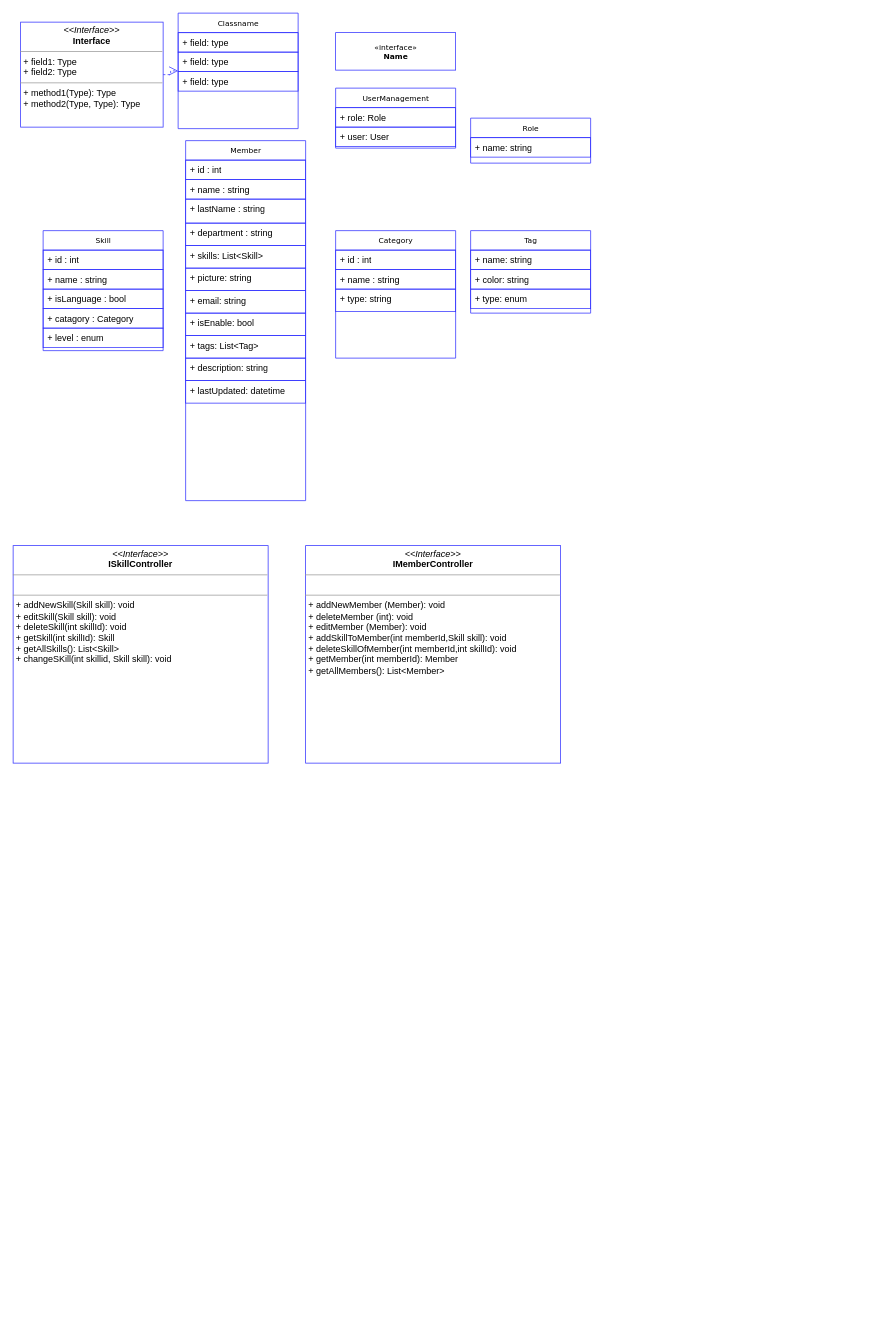
Earlier version of the draw.io diagram SkillMatrix.drawio (chente92/SkillMatrix). Source tidied: cells renumbered, new cells numbered last; positions are measured from the earlier drawing's top-left corner, leaving out a move shared by most shapes. Both pictures are drawn from the tidied source at 75%, with x=0, y=0 at pixel (13, 13).
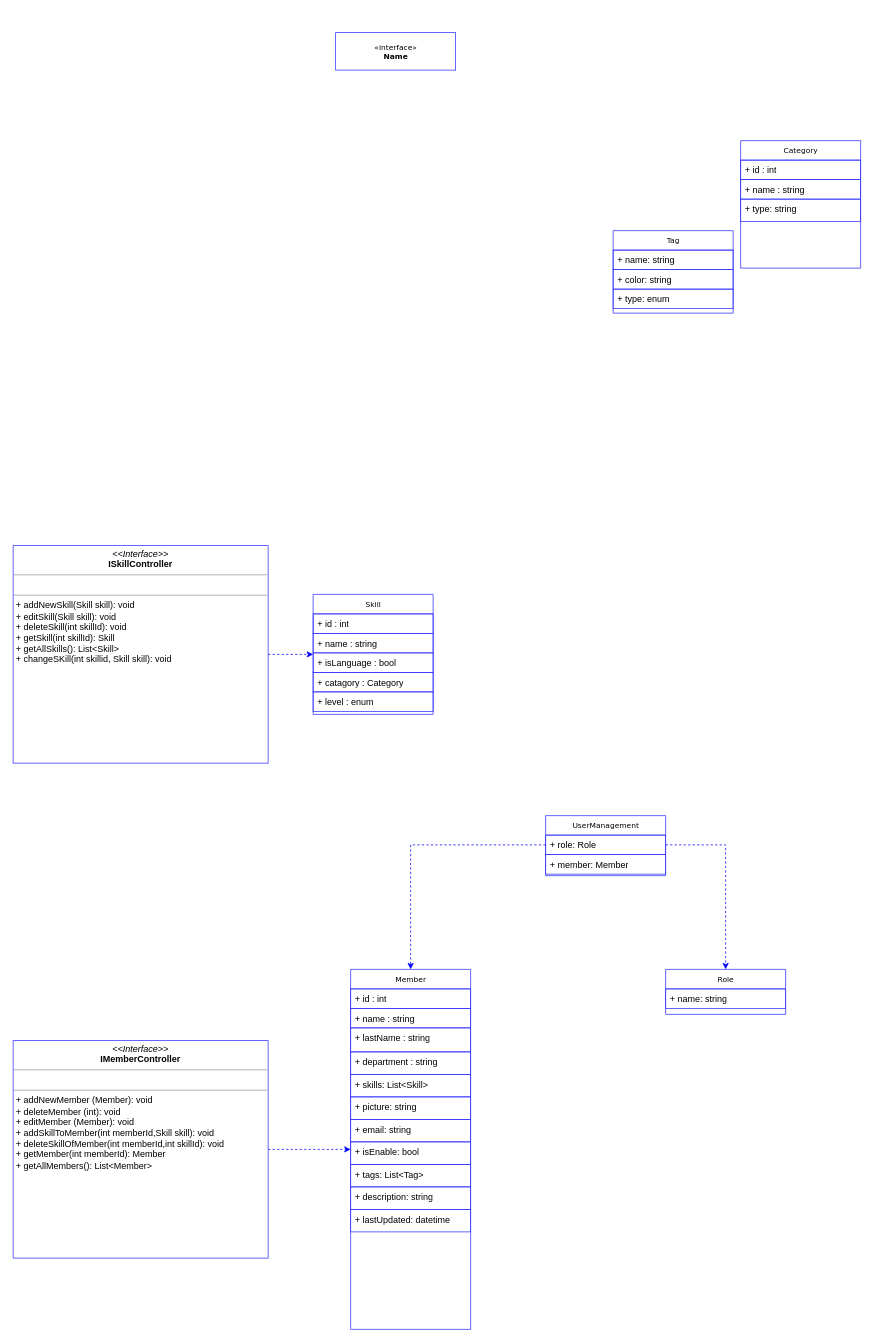
The same diagram, later.

The change refers to these unchanged cells:
```xml
<mxCell id="27" value="&lt;p style=&quot;margin: 0px ; margin-top: 4px ; text-align: center&quot;&gt;&lt;i&gt;&amp;lt;&amp;lt;Interface&amp;gt;&amp;gt;&lt;/i&gt;&lt;br&gt;&lt;b&gt;ISkillController&lt;/b&gt;&lt;/p&gt;&lt;hr size=&quot;1&quot;&gt;&lt;p style=&quot;margin: 0px ; margin-left: 4px&quot;&gt;&lt;br&gt;&lt;/p&gt;&lt;hr size=&quot;1&quot;&gt;&lt;p style=&quot;margin: 0px ; margin-left: 4px&quot;&gt;+ addNewSkill(Skill skill): void&lt;/p&gt;&lt;p style=&quot;margin: 0px ; margin-left: 4px&quot;&gt;+ editSkill(Skill skill): void&lt;br&gt;&lt;/p&gt;&lt;p style=&quot;margin: 0px ; margin-left: 4px&quot;&gt;&lt;span&gt;+ deleteSkill(int skillId): void&lt;/span&gt;&lt;br&gt;&lt;/p&gt;&lt;p style=&quot;margin: 0px ; margin-left: 4px&quot;&gt;+ getSkill(int skillId): Skill&lt;br&gt;+ getAllSkills(): List&amp;lt;Skill&amp;gt;&lt;br&gt;&lt;/p&gt;&lt;p style=&quot;margin: 0px 0px 0px 4px&quot;&gt;+ changeSKill(int skillid, Skill skill): void&lt;br&gt;&lt;/p&gt;&lt;p style=&quot;margin: 0px 0px 0px 4px&quot;&gt;&lt;br&gt;&lt;/p&gt;&lt;p style=&quot;margin: 0px ; margin-left: 4px&quot;&gt;&lt;br&gt;&lt;/p&gt;" style="verticalAlign=top;align=left;overflow=fill;fontSize=12;fontFamily=Helvetica;html=1;rounded=0;shadow=0;comic=0;labelBackgroundColor=none;strokeWidth=1;strokeColor=#3333FF;" parent="1" vertex="1">
  <mxGeometry y="710" width="340" height="290" as="geometry" />
</mxCell>
<mxCell id="33" value="+ role: Role" style="text;html=1;strokeColor=#3333FF;fillColor=none;align=left;verticalAlign=top;spacingLeft=4;spacingRight=4;whiteSpace=wrap;overflow=hidden;points=[[0,0.5],[1,0.5]];portConstraint=eastwest;" parent="32" vertex="1">
  <mxGeometry y="26" width="160" height="26" as="geometry" />
</mxCell>
```

Diff of the diagram source:
```diff
@@
-    <mxCell id="2" value="Classname" style="swimlane;html=1;fontStyle=0;horizontal=1;startSize=26;swimlaneFillColor=#ffffff;rounded=0;shadow=0;comic=0;labelBackgroundColor=none;strokeWidth=1;fontFamily=Verdana;fontSize=10;align=center;strokeColor=#3333FF;" parent="1" vertex="1">
-      <mxGeometry x="220" width="160" height="154" as="geometry" />
-    </mxCell>
-    <mxCell id="3" value="+ field: type" style="text;html=1;strokeColor=#3333FF;fillColor=none;align=left;verticalAlign=top;spacingLeft=4;spacingRight=4;whiteSpace=wrap;overflow=hidden;" parent="2" vertex="1">
-      <mxGeometry y="26" width="160" height="26" as="geometry" />
-    </mxCell>
-    <mxCell id="4" value="+ field: type" style="text;html=1;strokeColor=#3333FF;fillColor=none;align=left;verticalAlign=top;spacingLeft=4;spacingRight=4;whiteSpace=wrap;overflow=hidden;" parent="2" vertex="1">
-      <mxGeometry y="52" width="160" height="26" as="geometry" />
-    </mxCell>
-    <mxCell id="5" value="+ field: type" style="text;html=1;strokeColor=#3333FF;fillColor=none;align=left;verticalAlign=top;spacingLeft=4;spacingRight=4;whiteSpace=wrap;overflow=hidden;" parent="2" vertex="1">
-      <mxGeometry y="78" width="160" height="26" as="geometry" />
-    </mxCell>
-    <mxCell id="6" style="edgeStyle=orthogonalEdgeStyle;rounded=0;html=1;labelBackgroundColor=none;startFill=0;endArrow=open;endFill=0;endSize=10;fontFamily=Verdana;fontSize=10;dashed=1;strokeColor=#3333FF;" parent="1" edge="1" source="7" target="2">
-      <mxGeometry relative="1" as="geometry" />
-    </mxCell>
-    <mxCell id="7" value="&lt;p style=&quot;margin:0px;margin-top:4px;text-align:center;&quot;&gt;&lt;i&gt;&amp;lt;&amp;lt;Interface&amp;gt;&amp;gt;&lt;/i&gt;&lt;br/&gt;&lt;b&gt;Interface&lt;/b&gt;&lt;/p&gt;&lt;hr size=&quot;1&quot;/&gt;&lt;p style=&quot;margin:0px;margin-left:4px;&quot;&gt;+ field1: Type&lt;br/&gt;+ field2: Type&lt;/p&gt;&lt;hr size=&quot;1&quot;/&gt;&lt;p style=&quot;margin:0px;margin-left:4px;&quot;&gt;+ method1(Type): Type&lt;br/&gt;+ method2(Type, Type): Type&lt;/p&gt;" style="verticalAlign=top;align=left;overflow=fill;fontSize=12;fontFamily=Helvetica;html=1;rounded=0;shadow=0;comic=0;labelBackgroundColor=none;strokeWidth=1;strokeColor=#3333FF;" parent="1" vertex="1">
-      <mxGeometry x="10" y="12" width="190" height="140" as="geometry" />
-    </mxCell>
     <mxCell id="8" value="Skill" style="swimlane;html=1;fontStyle=0;horizontal=1;startSize=26;swimlaneFillColor=#ffffff;rounded=0;shadow=0;comic=0;labelBackgroundColor=none;strokeWidth=1;fontFamily=Verdana;fontSize=10;align=center;strokeColor=#3333FF;" parent="1" vertex="1">
-      <mxGeometry x="40" y="290" width="160" height="160" as="geometry" />
+      <mxGeometry x="400" y="775" width="160" height="160" as="geometry" />
     </mxCell>
@@
     <mxCell id="14" value="Member" style="swimlane;html=1;fontStyle=0;horizontal=1;startSize=26;swimlaneFillColor=#ffffff;rounded=0;shadow=0;comic=0;labelBackgroundColor=none;strokeWidth=1;fontFamily=Verdana;fontSize=10;align=center;strokeColor=#3333FF;" parent="1" vertex="1">
-      <mxGeometry x="230" y="170" width="160" height="480" as="geometry" />
+      <mxGeometry x="450" y="1275" width="160" height="480" as="geometry" />
     </mxCell>
@@
+    <mxCell id="42" style="edgeStyle=orthogonalEdgeStyle;rounded=0;jettySize=auto;html=1;entryX=0;entryY=0.5;entryDx=0;entryDy=0;dashed=1;strokeColor=#0000FF;" parent="1" edge="1" source="26" target="14">
+      <mxGeometry relative="1" as="geometry" />
+    </mxCell>
     <mxCell id="26" value="&lt;p style=&quot;margin: 0px ; margin-top: 4px ; text-align: center&quot;&gt;&lt;i&gt;&amp;lt;&amp;lt;Interface&amp;gt;&amp;gt;&lt;/i&gt;&lt;br&gt;&lt;b&gt;IMemberController&lt;/b&gt;&lt;/p&gt;&lt;hr size=&quot;1&quot;&gt;&lt;p style=&quot;margin: 0px ; margin-left: 4px&quot;&gt;&lt;br&gt;&lt;/p&gt;&lt;hr size=&quot;1&quot;&gt;&lt;p style=&quot;margin: 0px ; margin-left: 4px&quot;&gt;+ addNewMember (Member): void&lt;/p&gt;&lt;p style=&quot;margin: 0px ; margin-left: 4px&quot;&gt;&lt;span&gt;+ deleteMember (int): void&lt;/span&gt;&lt;br&gt;&lt;/p&gt;&lt;p style=&quot;margin: 0px ; margin-left: 4px&quot;&gt;+ editMember (Member): void&lt;br&gt;&lt;/p&gt;&lt;p style=&quot;margin: 0px ; margin-left: 4px&quot;&gt;+ addSkillToMember(int memberId,Skill skill): void&lt;br&gt;&lt;/p&gt;&lt;p style=&quot;margin: 0px ; margin-left: 4px&quot;&gt;+ deleteSkillOfMember(int memberId,int skillId): void&lt;br&gt;&lt;/p&gt;&lt;p style=&quot;margin: 0px ; margin-left: 4px&quot;&gt;+ getMember(int memberId): Member&amp;nbsp;&lt;br&gt;&lt;/p&gt;&lt;p style=&quot;margin: 0px ; margin-left: 4px&quot;&gt;+ getAllMembers(): List&amp;lt;Member&amp;gt;&lt;br&gt;&lt;/p&gt;&lt;p style=&quot;margin: 0px ; margin-left: 4px&quot;&gt;&lt;br&gt;&lt;/p&gt;" style="verticalAlign=top;align=left;overflow=fill;fontSize=12;fontFamily=Helvetica;html=1;rounded=0;shadow=0;comic=0;labelBackgroundColor=none;strokeWidth=1;strokeColor=#3333FF;" parent="1" vertex="1">
-      <mxGeometry x="390" y="710" width="340" height="290" as="geometry" />
+      <mxGeometry y="1370" width="340" height="290" as="geometry" />
     </mxCell>
+    <mxCell id="43" style="edgeStyle=orthogonalEdgeStyle;rounded=0;jettySize=auto;html=1;exitX=1;exitY=0.5;exitDx=0;exitDy=0;entryX=0;entryY=0.5;entryDx=0;entryDy=0;dashed=1;strokeColor=#0000FF;" parent="1" edge="1" source="27" target="8">
+      <mxGeometry relative="1" as="geometry" />
+    </mxCell>
@@
     <mxCell id="28" value="Category" style="swimlane;html=1;fontStyle=0;horizontal=1;startSize=26;swimlaneFillColor=#ffffff;rounded=0;shadow=0;comic=0;labelBackgroundColor=none;strokeWidth=1;fontFamily=Verdana;fontSize=10;align=center;strokeColor=#3333FF;" parent="1" vertex="1">
-      <mxGeometry x="430" y="290" width="160" height="170" as="geometry" />
+      <mxGeometry x="970" y="170" width="160" height="170" as="geometry" />
     </mxCell>
@@
     <mxCell id="32" value="UserManagement" style="swimlane;html=1;fontStyle=0;horizontal=1;startSize=26;swimlaneFillColor=#ffffff;rounded=0;shadow=0;comic=0;labelBackgroundColor=none;strokeWidth=1;fontFamily=Verdana;fontSize=10;align=center;strokeColor=#3333FF;" parent="1" vertex="1">
-      <mxGeometry x="430" y="100" width="160" height="80" as="geometry" />
+      <mxGeometry x="710" y="1070" width="160" height="80" as="geometry" />
     </mxCell>
@@
-    <mxCell id="34" value="+ user: User" style="text;html=1;strokeColor=#3333FF;fillColor=none;align=left;verticalAlign=top;spacingLeft=4;spacingRight=4;whiteSpace=wrap;overflow=hidden;" parent="32" vertex="1">
+    <mxCell id="34" value="+ member: Member" style="text;html=1;strokeColor=#3333FF;fillColor=none;align=left;verticalAlign=top;spacingLeft=4;spacingRight=4;whiteSpace=wrap;overflow=hidden;" parent="32" vertex="1">
       <mxGeometry y="52" width="160" height="26" as="geometry" />
     </mxCell>
     <mxCell id="35" value="Role" style="swimlane;html=1;fontStyle=0;horizontal=1;startSize=26;swimlaneFillColor=#ffffff;rounded=0;shadow=0;comic=0;labelBackgroundColor=none;strokeWidth=1;fontFamily=Verdana;fontSize=10;align=center;strokeColor=#3333FF;" parent="1" vertex="1">
-      <mxGeometry x="610" y="140" width="160" height="60" as="geometry" />
+      <mxGeometry x="870" y="1275" width="160" height="60" as="geometry" />
     </mxCell>
@@
     <mxCell id="37" value="Tag" style="swimlane;html=1;fontStyle=0;horizontal=1;startSize=26;swimlaneFillColor=#ffffff;rounded=0;shadow=0;comic=0;labelBackgroundColor=none;strokeWidth=1;fontFamily=Verdana;fontSize=10;align=center;strokeColor=#3333FF;" parent="1" vertex="1">
-      <mxGeometry x="610" y="290" width="160" height="110" as="geometry" />
+      <mxGeometry x="800" y="290" width="160" height="110" as="geometry" />
     </mxCell>
@@
+    <mxCell id="44" style="edgeStyle=orthogonalEdgeStyle;rounded=0;jettySize=auto;html=1;exitX=0;exitY=0.5;exitDx=0;exitDy=0;entryX=0.5;entryY=0;entryDx=0;entryDy=0;dashed=1;strokeColor=#0000FF;" parent="1" edge="1" source="33" target="14">
+      <mxGeometry relative="1" as="geometry" />
+    </mxCell>
+    <mxCell id="45" style="edgeStyle=orthogonalEdgeStyle;rounded=0;jettySize=auto;html=1;exitX=1;exitY=0.5;exitDx=0;exitDy=0;entryX=0.5;entryY=0;entryDx=0;entryDy=0;dashed=1;strokeColor=#0000FF;" parent="1" edge="1" source="33" target="35">
+      <mxGeometry relative="1" as="geometry" />
+    </mxCell>
```
